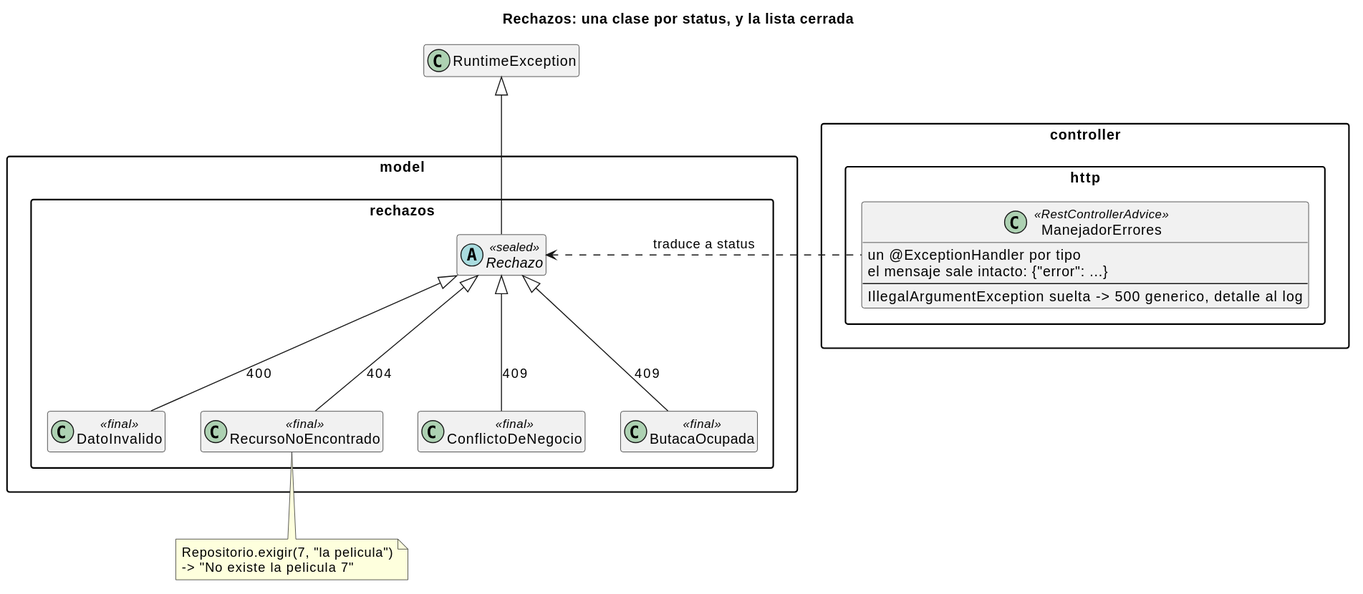
andreiveisuade/cine-uade keeps this PlantUML diagram as _other/docs/diagramas/rechazos-jerarquia.svg. Above is the earlier version.
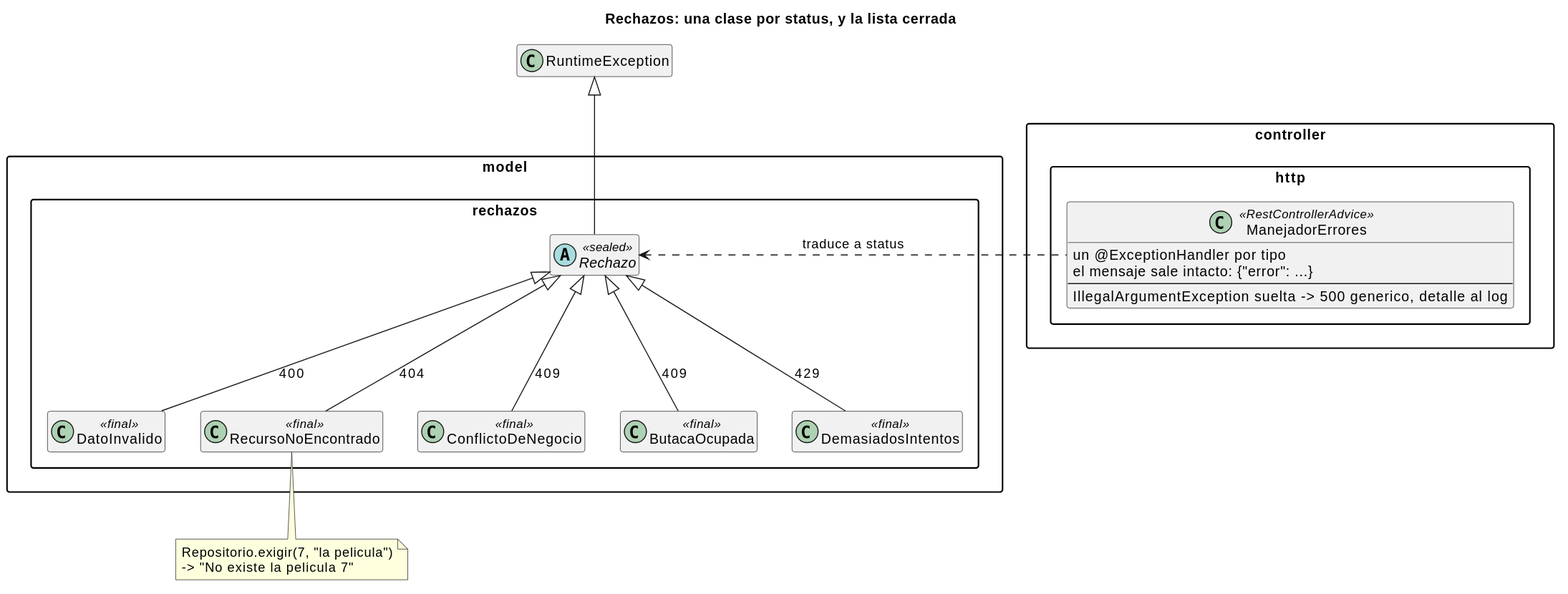
Later version of the same file.

What changed in the source:
```diff
@@ -14,6 +14,7 @@
   class RecursoNoEncontrado <<final>>
   class ConflictoDeNegocio <<final>>
   class ButacaOcupada <<final>>
+  class DemasiadosIntentos <<final>>
 }
 
 package "controller.http" {
@@ -30,6 +31,7 @@
 RecursoNoEncontrado -up-|> Rechazo : 404
 ConflictoDeNegocio -up-|> Rechazo : 409
 ButacaOcupada -up-|> Rechazo : 409
+DemasiadosIntentos -up-|> Rechazo : 429
 
 ManejadorErrores .left.> Rechazo : traduce a status
 
```
